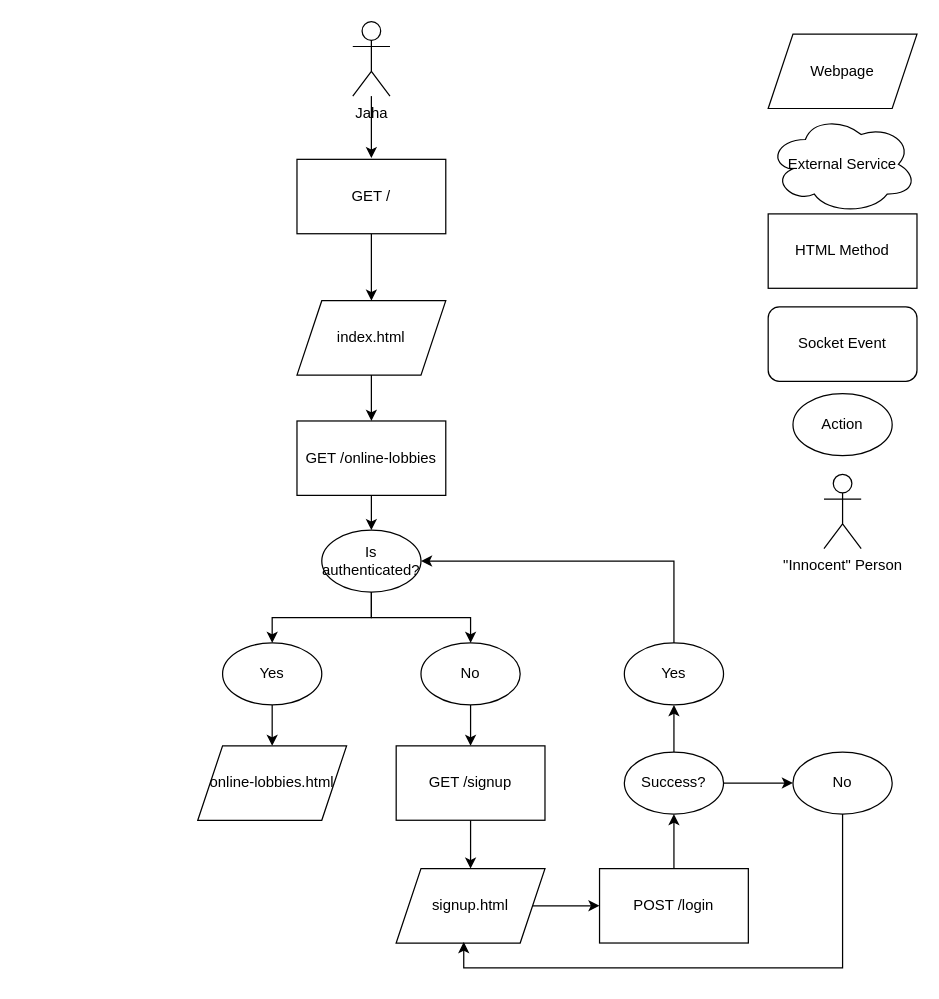
Earlier version of the draw.io diagram drawio/WebPageLayout.drawio (Zancmok/WebHeroes). Source tidied: cells renumbered, new cells numbered last; positions are measured from the earlier drawing's top-left corner, leaving out a move shared by most shapes. Both pictures are drawn from the tidied source at 124%, with x=0, y=0 at pixel (197, 21).
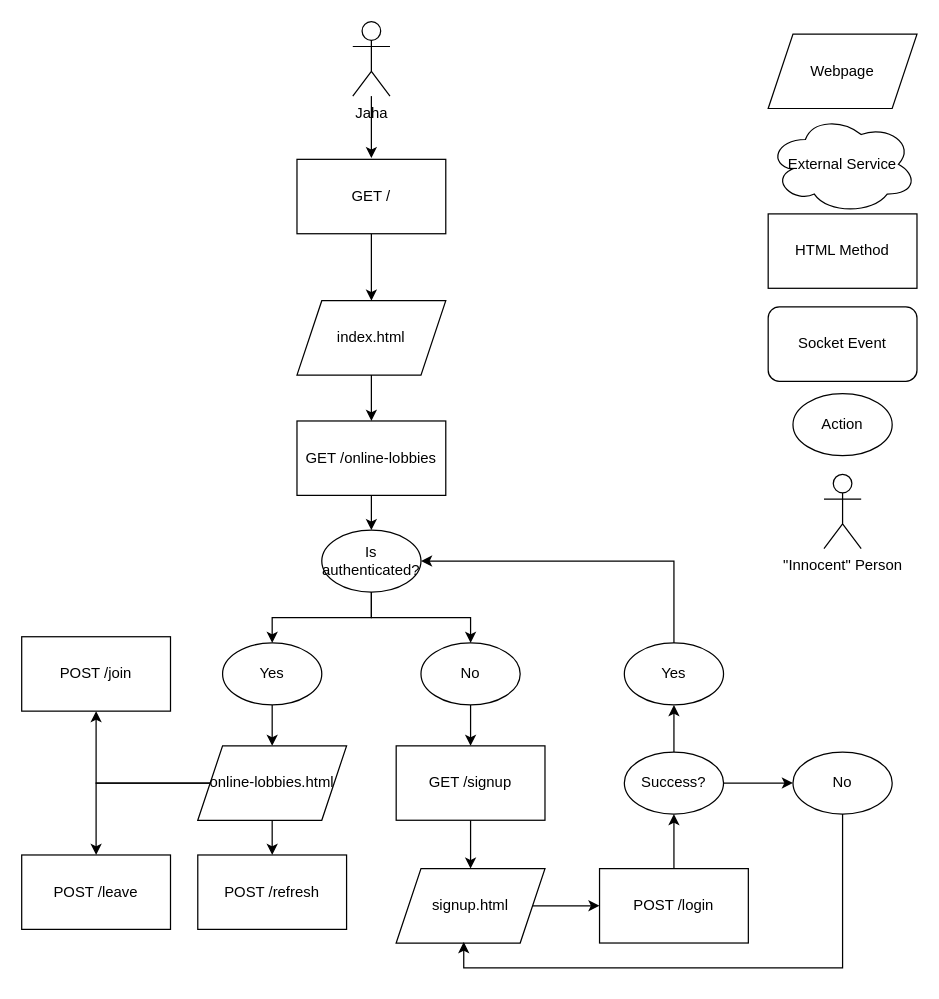
After the change.

The change refers to these unchanged cells:
```xml
<mxCell id="37" value="online-lobbies.html" style="shape=parallelogram;perimeter=parallelogramPerimeter;whiteSpace=wrap;html=1;fixedSize=1;" parent="1" vertex="1">
  <mxGeometry y="584" width="120" height="60" as="geometry" />
</mxCell>
```

Diff of the diagram source:
```diff
@@
+    <mxCell id="38" style="edgeStyle=orthogonalEdgeStyle;rounded=0;jettySize=auto;html=1;" parent="1" edge="1" source="37" target="41">
+      <mxGeometry relative="1" as="geometry" />
+    </mxCell>
+    <mxCell id="39" style="edgeStyle=orthogonalEdgeStyle;rounded=0;jettySize=auto;html=1;entryX=0.5;entryY=1;entryDx=0;entryDy=0;" parent="1" edge="1" source="37" target="42">
+      <mxGeometry relative="1" as="geometry" />
+    </mxCell>
+    <mxCell id="40" style="edgeStyle=orthogonalEdgeStyle;rounded=0;jettySize=auto;html=1;" parent="1" edge="1" source="37" target="43">
+      <mxGeometry relative="1" as="geometry" />
+    </mxCell>
@@
+    <mxCell id="41" value="POST /refresh" style="rounded=0;whiteSpace=wrap;html=1;" parent="1" vertex="1">
+      <mxGeometry y="672" width="120" height="60" as="geometry" />
+    </mxCell>
+    <mxCell id="42" value="POST /join" style="rounded=0;whiteSpace=wrap;html=1;" parent="1" vertex="1">
+      <mxGeometry x="-142" y="496" width="120" height="60" as="geometry" />
+    </mxCell>
+    <mxCell id="43" value="POST /leave" style="rounded=0;whiteSpace=wrap;html=1;" parent="1" vertex="1">
+      <mxGeometry x="-142" y="672" width="120" height="60" as="geometry" />
+    </mxCell>
```
